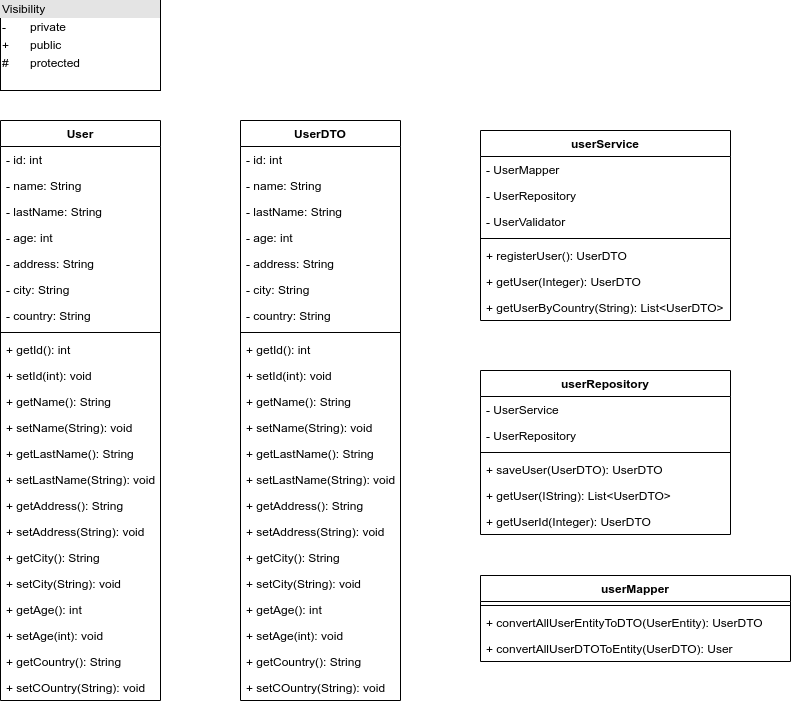
Before: uml.png, a diagram exported from draw.io (BardisRenos/AtosTest). Source tidied: cells renumbered, new cells last; positions are measured from the earlier drawing's top-left corner, leaving out a move shared by most shapes. The source it was exported from:
```xml
<mxGraphModel>
  <root>
    <mxCell id="0" />
    <mxCell id="1" parent="0" />
    <mxCell id="2" value="&lt;div style=&quot;box-sizing: border-box ; width: 100% ; background: #e4e4e4 ; padding: 2px&quot;&gt;Visibility&lt;/div&gt;&lt;table style=&quot;width: 100% ; font-size: 1em&quot; cellpadding=&quot;2&quot; cellspacing=&quot;0&quot;&gt;&lt;tbody&gt;&lt;tr&gt;&lt;td&gt;-&lt;/td&gt;&lt;td&gt;private&lt;/td&gt;&lt;/tr&gt;&lt;tr&gt;&lt;td&gt;+&lt;/td&gt;&lt;td&gt;public&lt;/td&gt;&lt;/tr&gt;&lt;tr&gt;&lt;td&gt;#&lt;/td&gt;&lt;td&gt;protected&lt;/td&gt;&lt;/tr&gt;&lt;/tbody&gt;&lt;/table&gt;" style="verticalAlign=top;align=left;overflow=fill;html=1;" parent="1" vertex="1">
      <mxGeometry width="160" height="90" as="geometry" />
    </mxCell>
    <mxCell id="3" value="User" style="swimlane;fontStyle=1;align=center;verticalAlign=top;horizontal=1;startSize=26;" parent="1" vertex="1">
      <mxGeometry y="120" width="160" height="580" as="geometry" />
    </mxCell>
    <mxCell id="4" value="- id: int&#10;&#10;" style="text;strokeColor=none;fillColor=none;align=left;verticalAlign=top;spacingLeft=4;spacingRight=4;overflow=hidden;" parent="3" vertex="1">
      <mxGeometry y="26" width="160" height="26" as="geometry" />
    </mxCell>
    <mxCell id="5" value="- name: String&#10;&#10;&#10;&#10;&#10;&#10;&#10;" style="text;strokeColor=none;fillColor=none;align=left;verticalAlign=top;spacingLeft=4;spacingRight=4;overflow=hidden;" parent="3" vertex="1">
      <mxGeometry y="52" width="160" height="26" as="geometry" />
    </mxCell>
    <mxCell id="6" value="- lastName: String&#10;&#10;&#10;&#10;&#10;&#10;&#10;" style="text;strokeColor=none;fillColor=none;align=left;verticalAlign=top;spacingLeft=4;spacingRight=4;overflow=hidden;" parent="3" vertex="1">
      <mxGeometry y="78" width="160" height="26" as="geometry" />
    </mxCell>
    <mxCell id="7" value="- age: int&#10;&#10;&#10;&#10;&#10;&#10;&#10;" style="text;strokeColor=none;fillColor=none;align=left;verticalAlign=top;spacingLeft=4;spacingRight=4;overflow=hidden;" parent="3" vertex="1">
      <mxGeometry y="104" width="160" height="26" as="geometry" />
    </mxCell>
    <mxCell id="8" value="- address: String&#10;&#10;&#10;&#10;&#10;&#10;&#10;" style="text;strokeColor=none;fillColor=none;align=left;verticalAlign=top;spacingLeft=4;spacingRight=4;overflow=hidden;" parent="3" vertex="1">
      <mxGeometry y="130" width="160" height="26" as="geometry" />
    </mxCell>
    <mxCell id="9" value="- city: String&#10;&#10;&#10;&#10;&#10;&#10;&#10;" style="text;strokeColor=none;fillColor=none;align=left;verticalAlign=top;spacingLeft=4;spacingRight=4;overflow=hidden;" parent="3" vertex="1">
      <mxGeometry y="156" width="160" height="26" as="geometry" />
    </mxCell>
    <mxCell id="10" value="- country: String&#10;&#10;&#10;&#10;&#10;&#10;&#10;" style="text;strokeColor=none;fillColor=none;align=left;verticalAlign=top;spacingLeft=4;spacingRight=4;overflow=hidden;" parent="3" vertex="1">
      <mxGeometry y="182" width="160" height="26" as="geometry" />
    </mxCell>
    <mxCell id="11" style="line;strokeWidth=1;fillColor=none;align=left;verticalAlign=middle;spacingTop=-1;spacingLeft=3;spacingRight=3;labelPosition=right;" parent="3" vertex="1">
      <mxGeometry y="208" width="160" height="8" as="geometry" />
    </mxCell>
    <mxCell id="12" value="+ getId(): int" style="text;strokeColor=none;fillColor=none;align=left;verticalAlign=top;spacingLeft=4;spacingRight=4;overflow=hidden;" parent="3" vertex="1">
      <mxGeometry y="216" width="160" height="26" as="geometry" />
    </mxCell>
    <mxCell id="13" value="+ setId(int): void" style="text;strokeColor=none;fillColor=none;align=left;verticalAlign=top;spacingLeft=4;spacingRight=4;overflow=hidden;" parent="3" vertex="1">
      <mxGeometry y="242" width="160" height="26" as="geometry" />
    </mxCell>
    <mxCell id="14" value="+ getName(): String" style="text;strokeColor=none;fillColor=none;align=left;verticalAlign=top;spacingLeft=4;spacingRight=4;overflow=hidden;" parent="3" vertex="1">
      <mxGeometry y="268" width="160" height="26" as="geometry" />
    </mxCell>
    <mxCell id="15" value="+ setName(String): void" style="text;strokeColor=none;fillColor=none;align=left;verticalAlign=top;spacingLeft=4;spacingRight=4;overflow=hidden;" parent="3" vertex="1">
      <mxGeometry y="294" width="160" height="26" as="geometry" />
    </mxCell>
    <mxCell id="16" value="+ getLastName(): String" style="text;strokeColor=none;fillColor=none;align=left;verticalAlign=top;spacingLeft=4;spacingRight=4;overflow=hidden;" parent="3" vertex="1">
      <mxGeometry y="320" width="160" height="26" as="geometry" />
    </mxCell>
    <mxCell id="17" value="+ setLastName(String): void" style="text;strokeColor=none;fillColor=none;align=left;verticalAlign=top;spacingLeft=4;spacingRight=4;overflow=hidden;" parent="3" vertex="1">
      <mxGeometry y="346" width="160" height="26" as="geometry" />
    </mxCell>
    <mxCell id="18" value="+ getAddress(): String" style="text;strokeColor=none;fillColor=none;align=left;verticalAlign=top;spacingLeft=4;spacingRight=4;overflow=hidden;" parent="3" vertex="1">
      <mxGeometry y="372" width="160" height="26" as="geometry" />
    </mxCell>
    <mxCell id="19" value="+ setAddress(String): void" style="text;strokeColor=none;fillColor=none;align=left;verticalAlign=top;spacingLeft=4;spacingRight=4;overflow=hidden;" parent="3" vertex="1">
      <mxGeometry y="398" width="160" height="26" as="geometry" />
    </mxCell>
    <mxCell id="20" value="+ getCity(): String" style="text;strokeColor=none;fillColor=none;align=left;verticalAlign=top;spacingLeft=4;spacingRight=4;overflow=hidden;" parent="3" vertex="1">
      <mxGeometry y="424" width="160" height="26" as="geometry" />
    </mxCell>
    <mxCell id="21" value="+ setCity(String): void" style="text;strokeColor=none;fillColor=none;align=left;verticalAlign=top;spacingLeft=4;spacingRight=4;overflow=hidden;" parent="3" vertex="1">
      <mxGeometry y="450" width="160" height="26" as="geometry" />
    </mxCell>
    <mxCell id="22" value="+ getAge(): int" style="text;strokeColor=none;fillColor=none;align=left;verticalAlign=top;spacingLeft=4;spacingRight=4;overflow=hidden;" parent="3" vertex="1">
      <mxGeometry y="476" width="160" height="26" as="geometry" />
    </mxCell>
    <mxCell id="23" value="+ setAge(int): void" style="text;strokeColor=none;fillColor=none;align=left;verticalAlign=top;spacingLeft=4;spacingRight=4;overflow=hidden;" parent="3" vertex="1">
      <mxGeometry y="502" width="160" height="26" as="geometry" />
    </mxCell>
    <mxCell id="24" value="+ getCountry(): String" style="text;strokeColor=none;fillColor=none;align=left;verticalAlign=top;spacingLeft=4;spacingRight=4;overflow=hidden;" parent="3" vertex="1">
      <mxGeometry y="528" width="160" height="26" as="geometry" />
    </mxCell>
    <mxCell id="25" value="+ setCOuntry(String): void" style="text;strokeColor=none;fillColor=none;align=left;verticalAlign=top;spacingLeft=4;spacingRight=4;overflow=hidden;" parent="3" vertex="1">
      <mxGeometry y="554" width="160" height="26" as="geometry" />
    </mxCell>
    <mxCell id="26" value="UserDTO" style="swimlane;fontStyle=1;align=center;verticalAlign=top;horizontal=1;startSize=26;" parent="1" vertex="1">
      <mxGeometry x="240" y="120" width="160" height="580" as="geometry" />
    </mxCell>
    <mxCell id="27" value="- id: int&#10;&#10;" style="text;strokeColor=none;fillColor=none;align=left;verticalAlign=top;spacingLeft=4;spacingRight=4;overflow=hidden;" parent="26" vertex="1">
      <mxGeometry y="26" width="160" height="26" as="geometry" />
    </mxCell>
    <mxCell id="28" value="- name: String&#10;&#10;&#10;&#10;&#10;&#10;&#10;" style="text;strokeColor=none;fillColor=none;align=left;verticalAlign=top;spacingLeft=4;spacingRight=4;overflow=hidden;" parent="26" vertex="1">
      <mxGeometry y="52" width="160" height="26" as="geometry" />
    </mxCell>
    <mxCell id="29" value="- lastName: String&#10;&#10;&#10;&#10;&#10;&#10;&#10;" style="text;strokeColor=none;fillColor=none;align=left;verticalAlign=top;spacingLeft=4;spacingRight=4;overflow=hidden;" parent="26" vertex="1">
      <mxGeometry y="78" width="160" height="26" as="geometry" />
    </mxCell>
    <mxCell id="30" value="- age: int&#10;&#10;&#10;&#10;&#10;&#10;&#10;" style="text;strokeColor=none;fillColor=none;align=left;verticalAlign=top;spacingLeft=4;spacingRight=4;overflow=hidden;" parent="26" vertex="1">
      <mxGeometry y="104" width="160" height="26" as="geometry" />
    </mxCell>
    <mxCell id="31" value="- address: String&#10;&#10;&#10;&#10;&#10;&#10;&#10;" style="text;strokeColor=none;fillColor=none;align=left;verticalAlign=top;spacingLeft=4;spacingRight=4;overflow=hidden;" parent="26" vertex="1">
      <mxGeometry y="130" width="160" height="26" as="geometry" />
    </mxCell>
    <mxCell id="32" value="- city: String&#10;&#10;&#10;&#10;&#10;&#10;&#10;" style="text;strokeColor=none;fillColor=none;align=left;verticalAlign=top;spacingLeft=4;spacingRight=4;overflow=hidden;" parent="26" vertex="1">
      <mxGeometry y="156" width="160" height="26" as="geometry" />
    </mxCell>
    <mxCell id="33" value="- country: String&#10;&#10;&#10;&#10;&#10;&#10;&#10;" style="text;strokeColor=none;fillColor=none;align=left;verticalAlign=top;spacingLeft=4;spacingRight=4;overflow=hidden;" parent="26" vertex="1">
      <mxGeometry y="182" width="160" height="26" as="geometry" />
    </mxCell>
    <mxCell id="34" style="line;strokeWidth=1;fillColor=none;align=left;verticalAlign=middle;spacingTop=-1;spacingLeft=3;spacingRight=3;labelPosition=right;" parent="26" vertex="1">
      <mxGeometry y="208" width="160" height="8" as="geometry" />
    </mxCell>
    <mxCell id="35" value="+ getId(): int" style="text;strokeColor=none;fillColor=none;align=left;verticalAlign=top;spacingLeft=4;spacingRight=4;overflow=hidden;" parent="26" vertex="1">
      <mxGeometry y="216" width="160" height="26" as="geometry" />
    </mxCell>
    <mxCell id="36" value="+ setId(int): void" style="text;strokeColor=none;fillColor=none;align=left;verticalAlign=top;spacingLeft=4;spacingRight=4;overflow=hidden;" parent="26" vertex="1">
      <mxGeometry y="242" width="160" height="26" as="geometry" />
    </mxCell>
    <mxCell id="37" value="+ getName(): String" style="text;strokeColor=none;fillColor=none;align=left;verticalAlign=top;spacingLeft=4;spacingRight=4;overflow=hidden;" parent="26" vertex="1">
      <mxGeometry y="268" width="160" height="26" as="geometry" />
    </mxCell>
    <mxCell id="38" value="+ setName(String): void" style="text;strokeColor=none;fillColor=none;align=left;verticalAlign=top;spacingLeft=4;spacingRight=4;overflow=hidden;" parent="26" vertex="1">
      <mxGeometry y="294" width="160" height="26" as="geometry" />
    </mxCell>
    <mxCell id="39" value="+ getLastName(): String" style="text;strokeColor=none;fillColor=none;align=left;verticalAlign=top;spacingLeft=4;spacingRight=4;overflow=hidden;" parent="26" vertex="1">
      <mxGeometry y="320" width="160" height="26" as="geometry" />
    </mxCell>
    <mxCell id="40" value="+ setLastName(String): void" style="text;strokeColor=none;fillColor=none;align=left;verticalAlign=top;spacingLeft=4;spacingRight=4;overflow=hidden;" parent="26" vertex="1">
      <mxGeometry y="346" width="160" height="26" as="geometry" />
    </mxCell>
    <mxCell id="41" value="+ getAddress(): String" style="text;strokeColor=none;fillColor=none;align=left;verticalAlign=top;spacingLeft=4;spacingRight=4;overflow=hidden;" parent="26" vertex="1">
      <mxGeometry y="372" width="160" height="26" as="geometry" />
    </mxCell>
    <mxCell id="42" value="+ setAddress(String): void" style="text;strokeColor=none;fillColor=none;align=left;verticalAlign=top;spacingLeft=4;spacingRight=4;overflow=hidden;" parent="26" vertex="1">
      <mxGeometry y="398" width="160" height="26" as="geometry" />
    </mxCell>
    <mxCell id="43" value="+ getCity(): String" style="text;strokeColor=none;fillColor=none;align=left;verticalAlign=top;spacingLeft=4;spacingRight=4;overflow=hidden;" parent="26" vertex="1">
      <mxGeometry y="424" width="160" height="26" as="geometry" />
    </mxCell>
    <mxCell id="44" value="+ setCity(String): void" style="text;strokeColor=none;fillColor=none;align=left;verticalAlign=top;spacingLeft=4;spacingRight=4;overflow=hidden;" parent="26" vertex="1">
      <mxGeometry y="450" width="160" height="26" as="geometry" />
    </mxCell>
    <mxCell id="45" value="+ getAge(): int" style="text;strokeColor=none;fillColor=none;align=left;verticalAlign=top;spacingLeft=4;spacingRight=4;overflow=hidden;" parent="26" vertex="1">
      <mxGeometry y="476" width="160" height="26" as="geometry" />
    </mxCell>
    <mxCell id="46" value="+ setAge(int): void" style="text;strokeColor=none;fillColor=none;align=left;verticalAlign=top;spacingLeft=4;spacingRight=4;overflow=hidden;" parent="26" vertex="1">
      <mxGeometry y="502" width="160" height="26" as="geometry" />
    </mxCell>
    <mxCell id="47" value="+ getCountry(): String" style="text;strokeColor=none;fillColor=none;align=left;verticalAlign=top;spacingLeft=4;spacingRight=4;overflow=hidden;" parent="26" vertex="1">
      <mxGeometry y="528" width="160" height="26" as="geometry" />
    </mxCell>
    <mxCell id="48" value="+ setCOuntry(String): void" style="text;strokeColor=none;fillColor=none;align=left;verticalAlign=top;spacingLeft=4;spacingRight=4;overflow=hidden;" parent="26" vertex="1">
      <mxGeometry y="554" width="160" height="26" as="geometry" />
    </mxCell>
    <mxCell id="49" value="userRepository" style="swimlane;fontStyle=1;align=center;verticalAlign=top;horizontal=1;startSize=26;" parent="1" vertex="1">
      <mxGeometry x="480" y="370" width="250" height="164" as="geometry" />
    </mxCell>
    <mxCell id="50" value="- UserService" style="text;strokeColor=none;fillColor=none;align=left;verticalAlign=top;spacingLeft=4;spacingRight=4;overflow=hidden;" parent="49" vertex="1">
      <mxGeometry y="26" width="250" height="26" as="geometry" />
    </mxCell>
    <mxCell id="51" value="- UserRepository&#10;&#10;&#10;&#10;&#10;" style="text;strokeColor=none;fillColor=none;align=left;verticalAlign=top;spacingLeft=4;spacingRight=4;overflow=hidden;" parent="49" vertex="1">
      <mxGeometry y="52" width="250" height="26" as="geometry" />
    </mxCell>
    <mxCell id="52" style="line;strokeWidth=1;fillColor=none;align=left;verticalAlign=middle;spacingTop=-1;spacingLeft=3;spacingRight=3;labelPosition=right;" parent="49" vertex="1">
      <mxGeometry y="78" width="250" height="8" as="geometry" />
    </mxCell>
    <mxCell id="53" value="+ saveUser(UserDTO): UserDTO" style="text;strokeColor=none;fillColor=none;align=left;verticalAlign=top;spacingLeft=4;spacingRight=4;overflow=hidden;" parent="49" vertex="1">
      <mxGeometry y="86" width="250" height="26" as="geometry" />
    </mxCell>
    <mxCell id="54" value="+ getUser(IString): List&lt;UserDTO&gt;" style="text;strokeColor=none;fillColor=none;align=left;verticalAlign=top;spacingLeft=4;spacingRight=4;overflow=hidden;" parent="49" vertex="1">
      <mxGeometry y="112" width="250" height="26" as="geometry" />
    </mxCell>
    <mxCell id="55" value="+ getUserId(Integer): UserDTO" style="text;strokeColor=none;fillColor=none;align=left;verticalAlign=top;spacingLeft=4;spacingRight=4;overflow=hidden;" parent="49" vertex="1">
      <mxGeometry y="138" width="250" height="26" as="geometry" />
    </mxCell>
    <mxCell id="56" value="userService" style="swimlane;fontStyle=1;align=center;verticalAlign=top;horizontal=1;startSize=26;" parent="1" vertex="1">
      <mxGeometry x="480" y="130" width="250" height="190" as="geometry" />
    </mxCell>
    <mxCell id="57" value="- UserMapper&#10;&#10;" style="text;strokeColor=none;fillColor=none;align=left;verticalAlign=top;spacingLeft=4;spacingRight=4;overflow=hidden;" parent="56" vertex="1">
      <mxGeometry y="26" width="250" height="26" as="geometry" />
    </mxCell>
    <mxCell id="58" value="- UserRepository&#10;&#10;&#10;&#10;&#10;" style="text;strokeColor=none;fillColor=none;align=left;verticalAlign=top;spacingLeft=4;spacingRight=4;overflow=hidden;" parent="56" vertex="1">
      <mxGeometry y="52" width="250" height="26" as="geometry" />
    </mxCell>
    <mxCell id="59" value="- UserValidator&#10;&#10;&#10;&#10;&#10;&#10;&#10;" style="text;strokeColor=none;fillColor=none;align=left;verticalAlign=top;spacingLeft=4;spacingRight=4;overflow=hidden;" parent="56" vertex="1">
      <mxGeometry y="78" width="250" height="26" as="geometry" />
    </mxCell>
    <mxCell id="60" style="line;strokeWidth=1;fillColor=none;align=left;verticalAlign=middle;spacingTop=-1;spacingLeft=3;spacingRight=3;labelPosition=right;" parent="56" vertex="1">
      <mxGeometry y="104" width="250" height="8" as="geometry" />
    </mxCell>
    <mxCell id="61" value="+ registerUser(): UserDTO" style="text;strokeColor=none;fillColor=none;align=left;verticalAlign=top;spacingLeft=4;spacingRight=4;overflow=hidden;" parent="56" vertex="1">
      <mxGeometry y="112" width="250" height="26" as="geometry" />
    </mxCell>
    <mxCell id="62" value="+ getUser(Integer): UserDTO" style="text;strokeColor=none;fillColor=none;align=left;verticalAlign=top;spacingLeft=4;spacingRight=4;overflow=hidden;" parent="56" vertex="1">
      <mxGeometry y="138" width="250" height="26" as="geometry" />
    </mxCell>
    <mxCell id="63" value="+ getUserByCountry(String): List&lt;UserDTO&gt;" style="text;strokeColor=none;fillColor=none;align=left;verticalAlign=top;spacingLeft=4;spacingRight=4;overflow=hidden;" parent="56" vertex="1">
      <mxGeometry y="164" width="250" height="26" as="geometry" />
    </mxCell>
    <mxCell id="64" value="userMapper" style="swimlane;fontStyle=1;align=center;verticalAlign=top;horizontal=1;startSize=26;" parent="1" vertex="1">
      <mxGeometry x="480" y="575" width="310" height="86" as="geometry" />
    </mxCell>
    <mxCell id="65" style="line;strokeWidth=1;fillColor=none;align=left;verticalAlign=middle;spacingTop=-1;spacingLeft=3;spacingRight=3;labelPosition=right;" parent="64" vertex="1">
      <mxGeometry y="26" width="310" height="8" as="geometry" />
    </mxCell>
    <mxCell id="66" value="+ convertAllUserEntityToDTO(UserEntity): UserDTO" style="text;strokeColor=none;fillColor=none;align=left;verticalAlign=top;spacingLeft=4;spacingRight=4;overflow=hidden;" parent="64" vertex="1">
      <mxGeometry y="34" width="310" height="26" as="geometry" />
    </mxCell>
    <mxCell id="67" value="+ convertAllUserDTOToEntity(UserDTO): User" style="text;strokeColor=none;fillColor=none;align=left;verticalAlign=top;spacingLeft=4;spacingRight=4;overflow=hidden;" parent="64" vertex="1">
      <mxGeometry y="60" width="310" height="26" as="geometry" />
    </mxCell>
  </root>
</mxGraphModel>
```
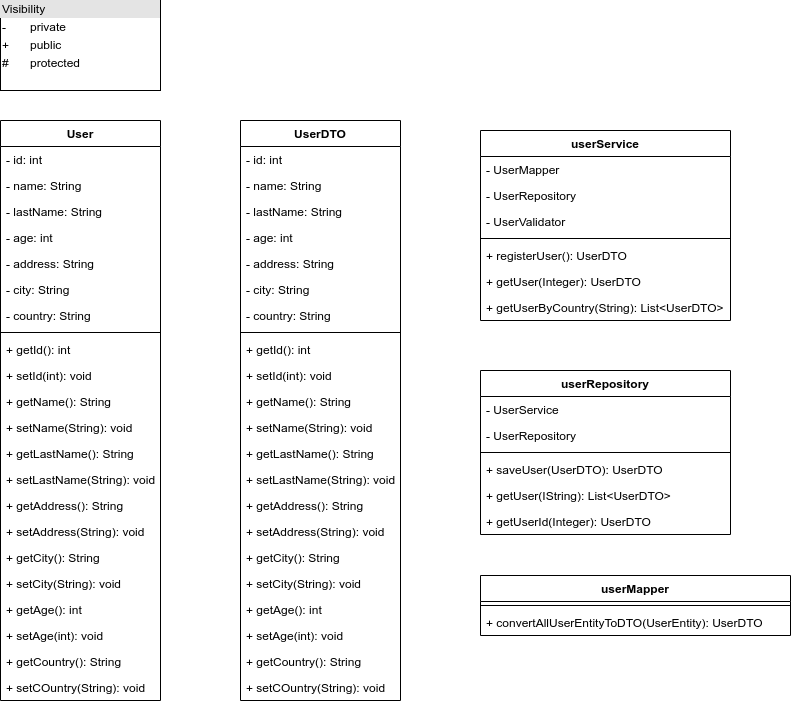
After the change.

Diff of the diagram source:
```diff
@@ -189,7 +189,7 @@
       <mxGeometry y="164" width="250" height="26" as="geometry" />
     </mxCell>
     <mxCell id="64" value="userMapper" style="swimlane;fontStyle=1;align=center;verticalAlign=top;horizontal=1;startSize=26;" parent="1" vertex="1">
-      <mxGeometry x="480" y="575" width="310" height="86" as="geometry" />
+      <mxGeometry x="480" y="575" width="310" height="60" as="geometry" />
     </mxCell>
     <mxCell id="65" style="line;strokeWidth=1;fillColor=none;align=left;verticalAlign=middle;spacingTop=-1;spacingLeft=3;spacingRight=3;labelPosition=right;" parent="64" vertex="1">
       <mxGeometry y="26" width="310" height="8" as="geometry" />
@@ -197,8 +197,5 @@
     <mxCell id="66" value="+ convertAllUserEntityToDTO(UserEntity): UserDTO" style="text;strokeColor=none;fillColor=none;align=left;verticalAlign=top;spacingLeft=4;spacingRight=4;overflow=hidden;" parent="64" vertex="1">
       <mxGeometry y="34" width="310" height="26" as="geometry" />
     </mxCell>
-    <mxCell id="67" value="+ convertAllUserDTOToEntity(UserDTO): User" style="text;strokeColor=none;fillColor=none;align=left;verticalAlign=top;spacingLeft=4;spacingRight=4;overflow=hidden;" parent="64" vertex="1">
-      <mxGeometry y="60" width="310" height="26" as="geometry" />
-    </mxCell>
   </root>
 </mxGraphModel>
```
